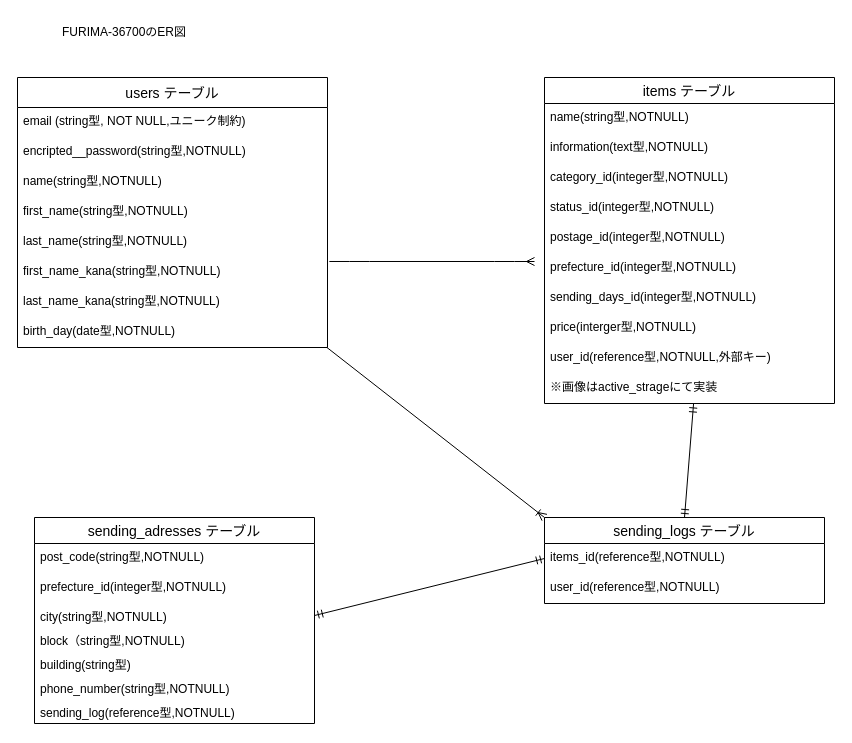
The draw.io diagram datebase.dio in Takucap10/furima-36700, before the edit. Source tidied: cells renumbered, new cells numbered last; positions are measured from the earlier drawing's top-left corner, leaving out a move shared by most shapes. Both pictures are drawn from the tidied source at 100%, with x=0, y=0 at pixel (17, 17).
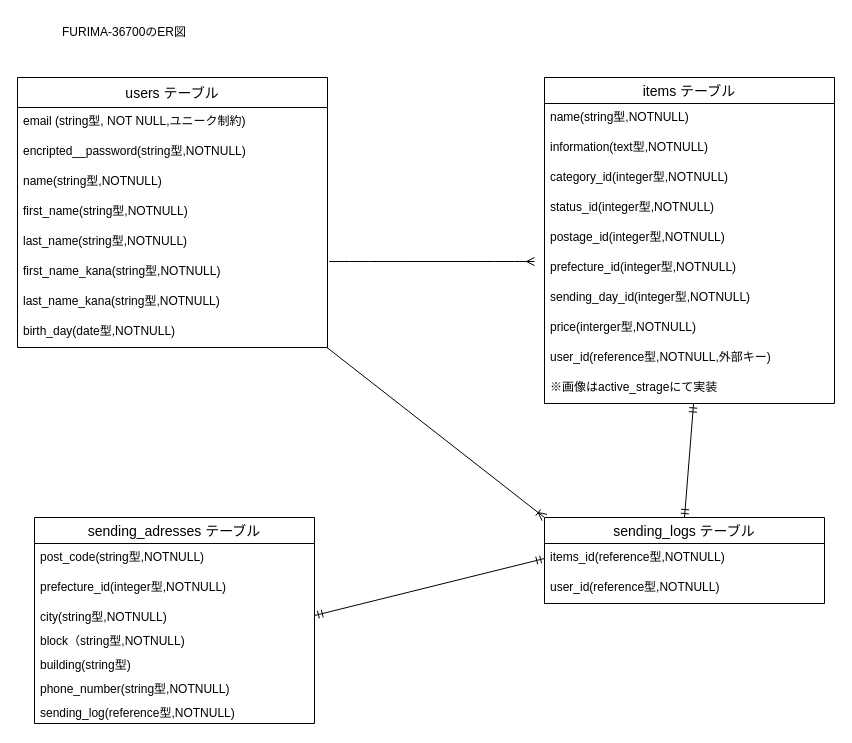
After the change.

Commit message (it also covers changes not shown here):
データベース　スペル修正

The change refers to these unchanged cells:
```xml
<mxCell id="12" value="items テーブル" style="swimlane;fontStyle=0;horizontal=1;startSize=26;align=center;fontSize=14;" parent="1" vertex="1">
  <mxGeometry x="527" y="60" width="290" height="326" as="geometry" />
</mxCell>
```

What changed in the source:
```diff
@@
-    <mxCell id="19" value="sending_days_id(integer型,NOTNULL)" style="text;strokeColor=none;fillColor=none;spacingLeft=4;spacingRight=4;overflow=hidden;fontSize=12;" parent="12" vertex="1">
+    <mxCell id="19" value="sending_day_id(integer型,NOTNULL)" style="text;strokeColor=none;fillColor=none;spacingLeft=4;spacingRight=4;overflow=hidden;fontSize=12;" parent="12" vertex="1">
       <mxGeometry y="206" width="290" height="30" as="geometry" />
     </mxCell>
```
